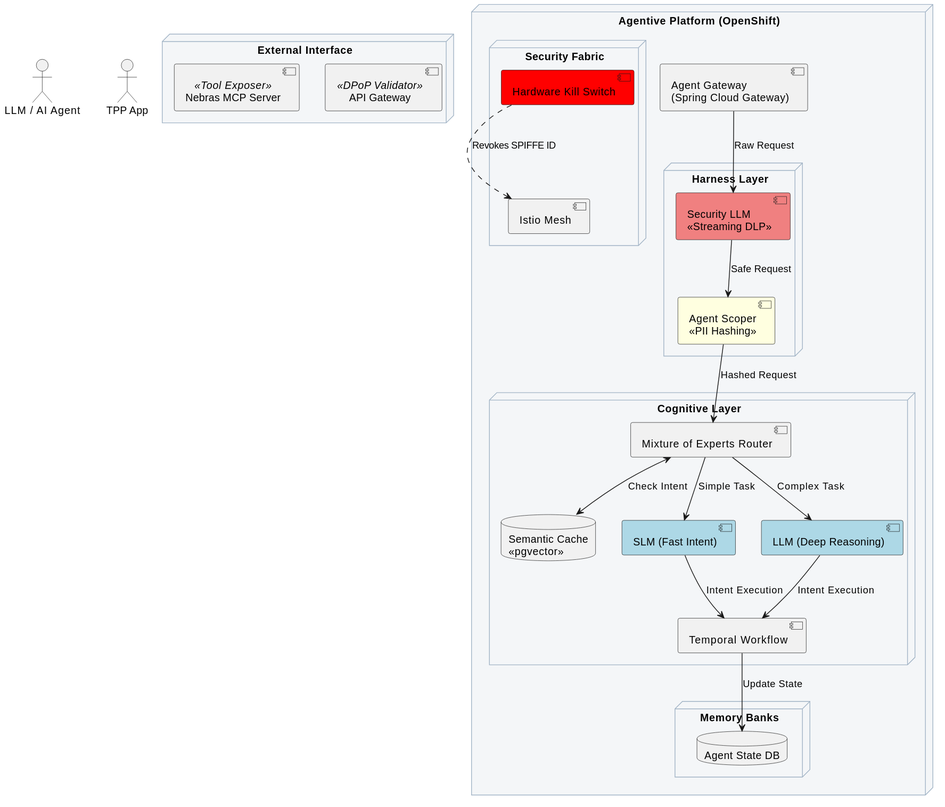
Before: docs/diagrams/AI_Cognitive_Architecture.svg, a diagram exported from PlantUML (COPUR/OPF-Agentive-Platform).
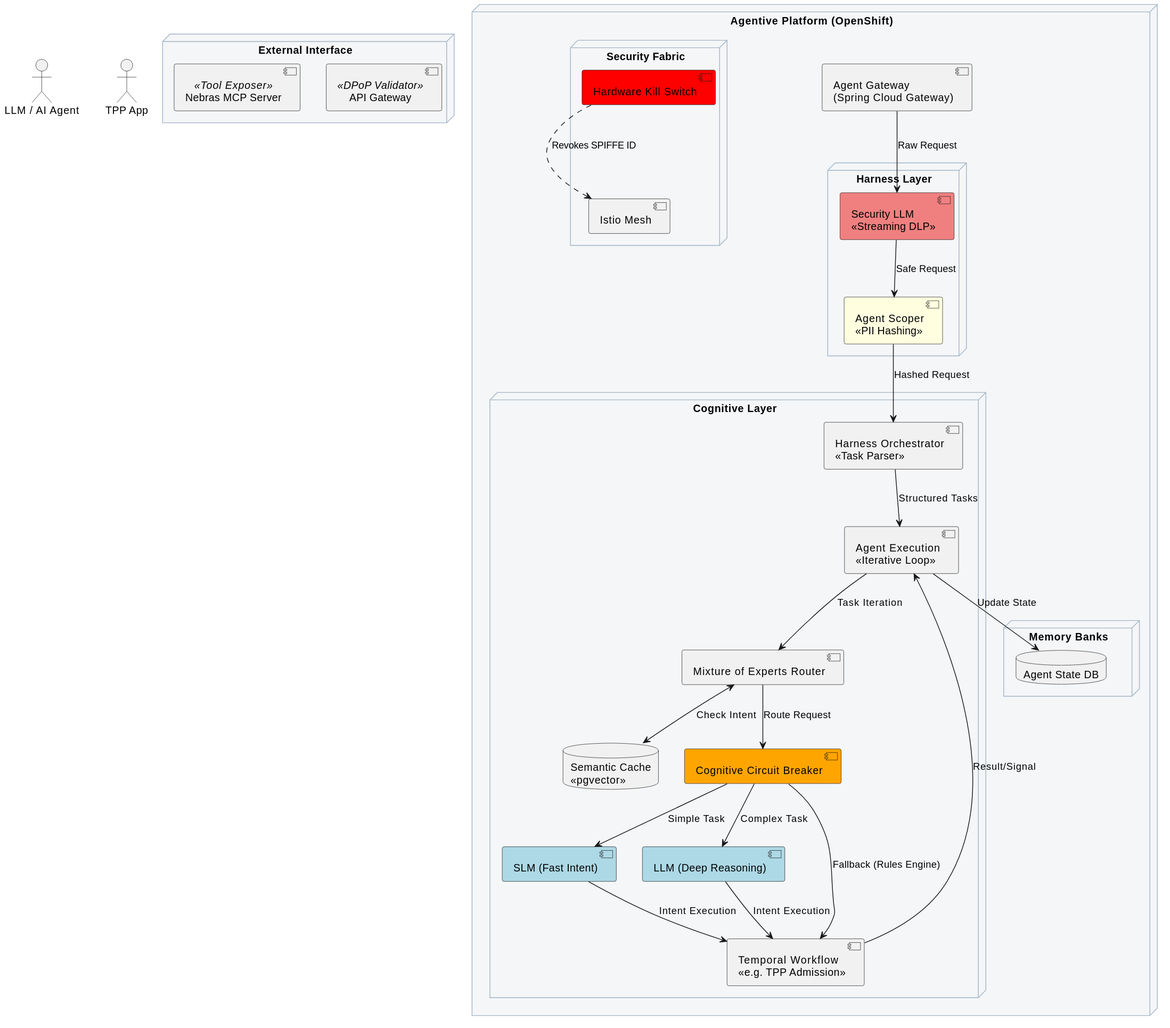
After the commit.

Change to the diagram source:
```diff
@@ -22,11 +22,14 @@
     }
 
     node "Cognitive Layer" {
+        component "Harness Orchestrator\n<<Task Parser>>" as harness
+        component "Agent Execution\n<<Iterative Loop>>" as execLoop
         component "Mixture of Experts Router" as router
         database "Semantic Cache\n<<pgvector>>" as cache
+        component "Cognitive Circuit Breaker" as cb #orange
         component "SLM (Fast Intent)" as slm #lightblue
         component "LLM (Deep Reasoning)" as llm #lightblue
-        component "Temporal Workflow" as temp
+        component "Temporal Workflow\n<<e.g. TPP Admission>>" as temp
     }
 
     node "Memory Banks" {
@@ -41,14 +44,19 @@
 
 gateway --> dlp : Raw Request
 dlp --> scoper : Safe Request
-scoper --> router : Hashed Request
+scoper --> harness : Hashed Request
+harness --> execLoop : Structured Tasks
+execLoop --> router : Task Iteration
 router <--> cache : Check Intent
-router --> slm : Simple Task
-router --> llm : Complex Task
+router --> cb : Route Request
+cb --> slm : Simple Task
+cb --> llm : Complex Task
+cb --> temp : Fallback (Rules Engine)
 
 slm --> temp : Intent Execution
 llm --> temp : Intent Execution
 
-temp --> memory : Update State
+temp --> execLoop : Result/Signal
+execLoop --> memory : Update State
 killswitch ..> istio : Revokes SPIFFE ID
 @enduml
```
